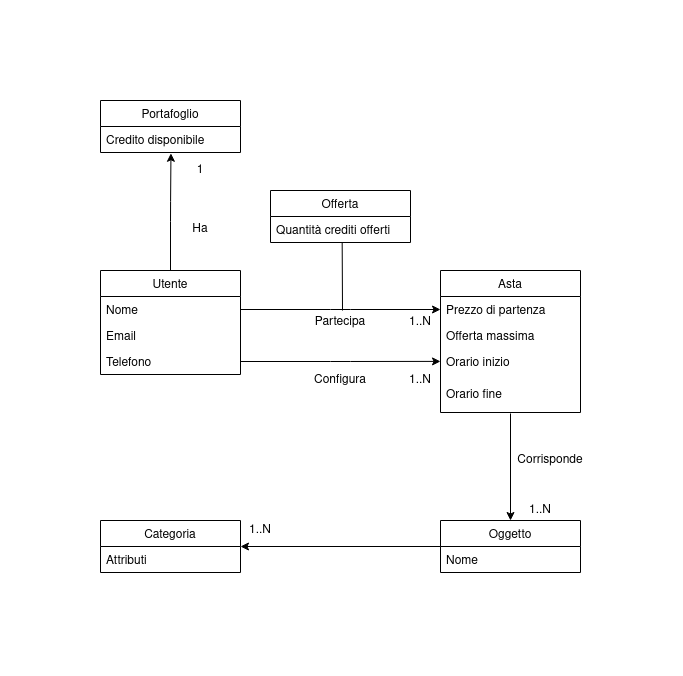
This is Progettazione/Domain Model/Domain Model Aste.png from UnimibSoftEngCourse1920/progetto-aste-2-gruppo-aste-2, a draw.io export, as it was before one commit. Source tidied: cells renumbered, new cells last; positions are measured from the earlier drawing's top-left corner, leaving out a move shared by most shapes. Source of this version:
```xml
<mxGraphModel>
  <root>
    <mxCell id="0" />
    <mxCell id="1" parent="0" />
    <mxCell id="2" style="edgeStyle=orthogonalEdgeStyle;rounded=1;jettySize=auto;html=1;exitX=0.5;exitY=0;exitDx=0;exitDy=0;entryX=0.503;entryY=1.03;entryDx=0;entryDy=0;entryPerimeter=0;" parent="1" edge="1" source="3" target="18">
      <mxGeometry relative="1" as="geometry" />
    </mxCell>
    <mxCell id="3" value="Utente" style="swimlane;fontStyle=0;horizontal=1;startSize=26;fillColor=none;" parent="1" vertex="1">
      <mxGeometry y="170" width="140" height="104" as="geometry" />
    </mxCell>
    <mxCell id="4" value="Nome" style="text;strokeColor=none;fillColor=none;align=left;verticalAlign=top;spacingLeft=4;spacingRight=4;overflow=hidden;points=[[0,0.5],[1,0.5]];portConstraint=eastwest;" parent="3" vertex="1">
      <mxGeometry y="26" width="140" height="26" as="geometry" />
    </mxCell>
    <mxCell id="5" value="Email" style="text;strokeColor=none;fillColor=none;align=left;verticalAlign=top;spacingLeft=4;spacingRight=4;overflow=hidden;" parent="3" vertex="1">
      <mxGeometry y="52" width="140" height="26" as="geometry" />
    </mxCell>
    <mxCell id="6" value="Telefono" style="text;strokeColor=none;fillColor=none;align=left;verticalAlign=top;spacingLeft=4;spacingRight=4;overflow=hidden;points=[[0,0.5],[1,0.5]];portConstraint=eastwest;" parent="3" vertex="1">
      <mxGeometry y="78" width="140" height="26" as="geometry" />
    </mxCell>
    <mxCell id="7" value="Asta" style="swimlane;fontStyle=0;horizontal=1;startSize=26;fillColor=none;shadow=0;" parent="1" vertex="1">
      <mxGeometry x="340" y="170" width="140" height="142" as="geometry" />
    </mxCell>
    <mxCell id="8" value="Prezzo di partenza&#10;" style="text;strokeColor=none;fillColor=none;align=left;verticalAlign=top;spacingLeft=4;spacingRight=4;overflow=hidden;points=[[0,0.5],[1,0.5]];portConstraint=eastwest;" parent="7" vertex="1">
      <mxGeometry y="26" width="140" height="26" as="geometry" />
    </mxCell>
    <mxCell id="9" value="Offerta massima" style="text;strokeColor=none;fillColor=none;align=left;verticalAlign=top;spacingLeft=4;spacingRight=4;overflow=hidden;" parent="7" vertex="1">
      <mxGeometry y="52" width="140" height="26" as="geometry" />
    </mxCell>
    <mxCell id="10" value="Orario inizio&#10;" style="text;strokeColor=none;fillColor=none;align=left;verticalAlign=top;spacingLeft=4;spacingRight=4;overflow=hidden;points=[[0,0.5],[1,0.5]];portConstraint=eastwest;" parent="7" vertex="1">
      <mxGeometry y="78" width="140" height="32" as="geometry" />
    </mxCell>
    <mxCell id="11" value="Orario fine" style="text;strokeColor=none;fillColor=none;align=left;verticalAlign=top;spacingLeft=4;spacingRight=4;overflow=hidden;points=[[0,0.5],[1,0.5]];portConstraint=eastwest;" parent="7" vertex="1">
      <mxGeometry y="110" width="140" height="32" as="geometry" />
    </mxCell>
    <mxCell id="12" style="edgeStyle=orthogonalEdgeStyle;rounded=1;jettySize=auto;html=1;exitX=0;exitY=0.5;exitDx=0;exitDy=0;entryX=1;entryY=0.5;entryDx=0;entryDy=0;" parent="1" edge="1" source="13" target="15">
      <mxGeometry relative="1" as="geometry" />
    </mxCell>
    <mxCell id="13" value="Oggetto" style="swimlane;fontStyle=0;horizontal=1;startSize=26;fillColor=none;shadow=0;" parent="1" vertex="1">
      <mxGeometry x="340" y="420" width="140" height="52" as="geometry" />
    </mxCell>
    <mxCell id="14" value="Nome" style="text;strokeColor=none;fillColor=none;align=left;verticalAlign=top;spacingLeft=4;spacingRight=4;overflow=hidden;" parent="13" vertex="1">
      <mxGeometry y="26" width="140" height="26" as="geometry" />
    </mxCell>
    <mxCell id="15" value="Categoria" style="swimlane;fontStyle=0;horizontal=1;startSize=26;fillColor=none;shadow=0;" parent="1" vertex="1">
      <mxGeometry y="420" width="140" height="52" as="geometry" />
    </mxCell>
    <mxCell id="16" value="Attributi" style="text;strokeColor=none;fillColor=none;align=left;verticalAlign=top;spacingLeft=4;spacingRight=4;overflow=hidden;" parent="15" vertex="1">
      <mxGeometry y="26" width="140" height="26" as="geometry" />
    </mxCell>
    <mxCell id="17" value="Portafoglio" style="swimlane;fontStyle=0;horizontal=1;startSize=26;fillColor=none;shadow=0;" parent="1" vertex="1">
      <mxGeometry width="140" height="52" as="geometry" />
    </mxCell>
    <mxCell id="18" value="Credito disponibile" style="text;strokeColor=none;fillColor=none;align=left;verticalAlign=top;spacingLeft=4;spacingRight=4;overflow=hidden;points=[[0,0.5],[1,0.5]];portConstraint=eastwest;" parent="17" vertex="1">
      <mxGeometry y="26" width="140" height="26" as="geometry" />
    </mxCell>
    <mxCell id="19" style="edgeStyle=orthogonalEdgeStyle;rounded=1;jettySize=auto;html=1;exitX=0.5;exitY=1.031;exitDx=0;exitDy=0;entryX=0.5;entryY=0;entryDx=0;entryDy=0;exitPerimeter=0;" parent="1" edge="1" source="11" target="13">
      <mxGeometry relative="1" as="geometry" />
    </mxCell>
    <mxCell id="20" style="edgeStyle=orthogonalEdgeStyle;rounded=1;jettySize=auto;html=1;exitX=1;exitY=0.5;exitDx=0;exitDy=0;entryX=0;entryY=0.5;entryDx=0;entryDy=0;" parent="1" edge="1" source="4" target="8">
      <mxGeometry relative="1" as="geometry">
        <Array as="points">
          <mxPoint x="240" y="209" />
          <mxPoint x="240" y="209" />
        </Array>
      </mxGeometry>
    </mxCell>
    <mxCell id="21" style="edgeStyle=orthogonalEdgeStyle;rounded=1;jettySize=auto;html=1;exitX=1;exitY=0.5;exitDx=0;exitDy=0;entryX=0;entryY=0.403;entryDx=0;entryDy=0;entryPerimeter=0;" parent="1" edge="1" source="6" target="10">
      <mxGeometry relative="1" as="geometry" />
    </mxCell>
    <mxCell id="22" value="1..N" style="text;html=1;strokeColor=none;fillColor=none;align=center;verticalAlign=middle;whiteSpace=wrap;rounded=0;shadow=0;" parent="1" vertex="1">
      <mxGeometry x="140" y="420" width="40" height="20" as="geometry" />
    </mxCell>
    <mxCell id="23" value="1..N" style="text;html=1;strokeColor=none;fillColor=none;align=center;verticalAlign=middle;whiteSpace=wrap;rounded=0;shadow=0;" parent="1" vertex="1">
      <mxGeometry x="420" y="400" width="40" height="20" as="geometry" />
    </mxCell>
    <mxCell id="24" value="Configura" style="text;html=1;strokeColor=none;fillColor=none;align=center;verticalAlign=middle;whiteSpace=wrap;rounded=0;shadow=0;" parent="1" vertex="1">
      <mxGeometry x="220" y="270" width="40" height="20" as="geometry" />
    </mxCell>
    <mxCell id="25" value="1..N" style="text;html=1;strokeColor=none;fillColor=none;align=center;verticalAlign=middle;whiteSpace=wrap;rounded=0;shadow=0;" parent="1" vertex="1">
      <mxGeometry x="300" y="270" width="40" height="20" as="geometry" />
    </mxCell>
    <mxCell id="26" value="Partecipa" style="text;html=1;strokeColor=none;fillColor=none;align=center;verticalAlign=middle;whiteSpace=wrap;rounded=0;shadow=0;" parent="1" vertex="1">
      <mxGeometry x="220" y="212" width="40" height="20" as="geometry" />
    </mxCell>
    <mxCell id="27" value="1..N" style="text;html=1;strokeColor=none;fillColor=none;align=center;verticalAlign=middle;whiteSpace=wrap;rounded=0;shadow=0;" parent="1" vertex="1">
      <mxGeometry x="300" y="212" width="40" height="20" as="geometry" />
    </mxCell>
    <mxCell id="28" value="Offerta" style="swimlane;fontStyle=0;horizontal=1;startSize=26;fillColor=none;shadow=0;" parent="1" vertex="1">
      <mxGeometry x="170" y="90" width="140" height="52" as="geometry" />
    </mxCell>
    <mxCell id="29" value="Quantità crediti offerti" style="text;strokeColor=none;fillColor=none;align=left;verticalAlign=top;spacingLeft=4;spacingRight=4;overflow=hidden;points=[[0,0.5],[1,0.5]];portConstraint=eastwest;" parent="28" vertex="1">
      <mxGeometry y="26" width="140" height="26" as="geometry" />
    </mxCell>
    <mxCell id="30" style="endArrow=none;html=1;entryX=0.512;entryY=0.986;entryDx=0;entryDy=0;entryPerimeter=0;" parent="1" edge="1" target="29">
      <mxGeometry relative="1" as="geometry">
        <mxPoint x="242" y="210" as="sourcePoint" />
      </mxGeometry>
    </mxCell>
    <mxCell id="31" value="Corrisponde" style="text;html=1;strokeColor=none;fillColor=none;align=center;verticalAlign=middle;whiteSpace=wrap;rounded=0;shadow=0;" parent="1" vertex="1">
      <mxGeometry x="430" y="350" width="40" height="20" as="geometry" />
    </mxCell>
    <mxCell id="32" value="Ha" style="text;html=1;strokeColor=none;fillColor=none;align=center;verticalAlign=middle;whiteSpace=wrap;rounded=0;shadow=0;" parent="1" vertex="1">
      <mxGeometry x="80" y="119" width="40" height="20" as="geometry" />
    </mxCell>
    <mxCell id="33" value="1" style="text;html=1;strokeColor=none;fillColor=none;align=center;verticalAlign=middle;whiteSpace=wrap;rounded=0;shadow=0;" parent="1" vertex="1">
      <mxGeometry x="80" y="60" width="40" height="20" as="geometry" />
    </mxCell>
  </root>
</mxGraphModel>
```
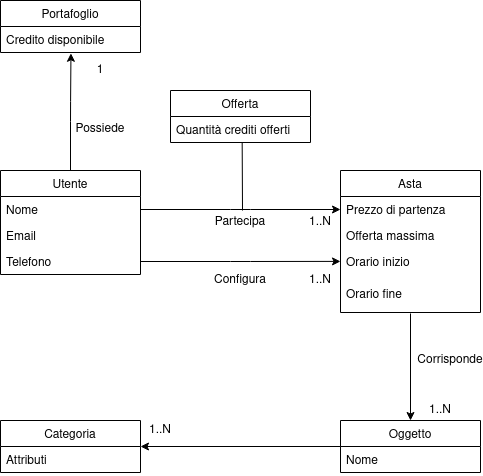
The same file after the commit.

Commit message:
migliorato modello domain

Change to the diagram source:
```diff
@@ -99,7 +99,7 @@
     <mxCell id="31" value="Corrisponde" style="text;html=1;strokeColor=none;fillColor=none;align=center;verticalAlign=middle;whiteSpace=wrap;rounded=0;shadow=0;" parent="1" vertex="1">
       <mxGeometry x="430" y="350" width="40" height="20" as="geometry" />
     </mxCell>
-    <mxCell id="32" value="Ha" style="text;html=1;strokeColor=none;fillColor=none;align=center;verticalAlign=middle;whiteSpace=wrap;rounded=0;shadow=0;" parent="1" vertex="1">
+    <mxCell id="32" value="&lt;div&gt;Possiede&lt;/div&gt;" style="text;html=1;strokeColor=none;fillColor=none;align=center;verticalAlign=middle;whiteSpace=wrap;rounded=0;shadow=0;" parent="1" vertex="1">
       <mxGeometry x="80" y="119" width="40" height="20" as="geometry" />
     </mxCell>
     <mxCell id="33" value="1" style="text;html=1;strokeColor=none;fillColor=none;align=center;verticalAlign=middle;whiteSpace=wrap;rounded=0;shadow=0;" parent="1" vertex="1">
```
